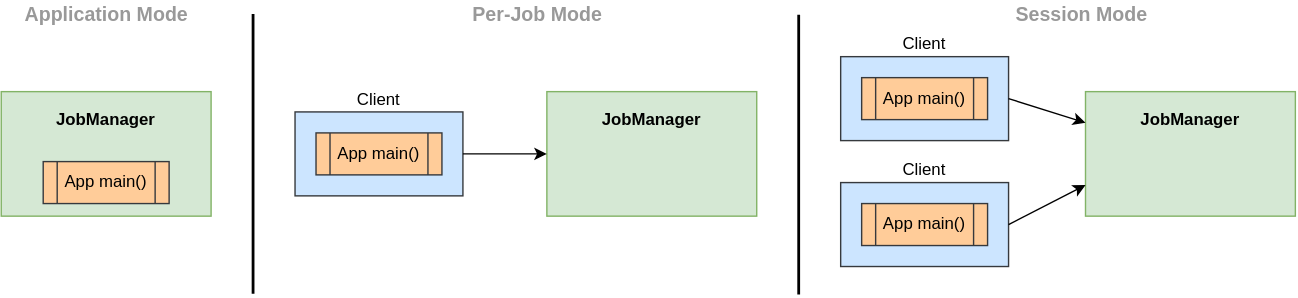
jtLiBrain/jtLiBrain.github.io keeps this draw.io diagram as images/flink/deployment_modes.svg. Above is the earlier version. Source tidied: cells renumbered, new cells last; positions are measured from the earlier drawing's top-left corner, leaving out a move shared by most shapes.
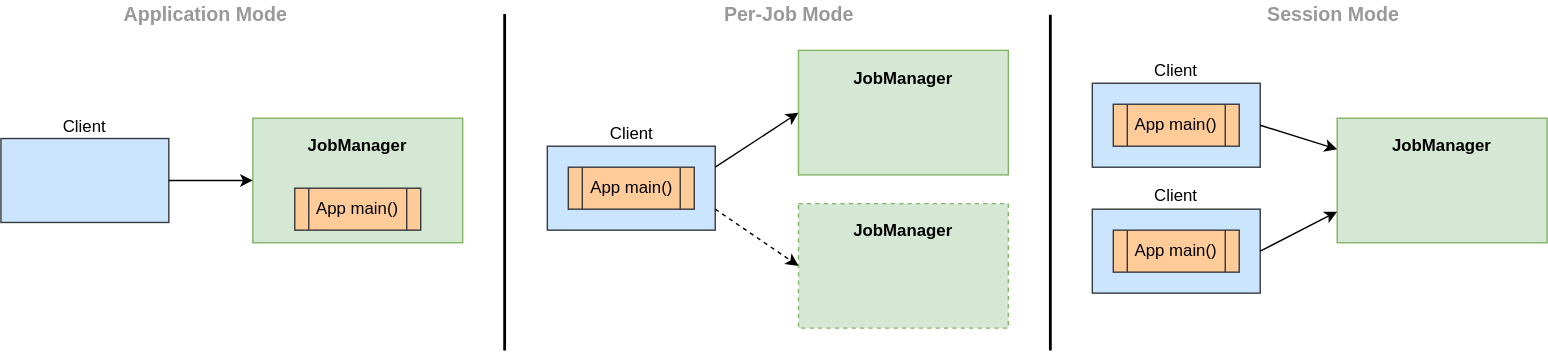
The same diagram one commit later.

Diff of the diagram source:
```diff
@@ -1,9 +1,9 @@
-<mxGraphModel>
+<mxGraphModel background="#ffffff">
   <root>
     <mxCell id="0" />
     <mxCell id="1" parent="0" />
     <mxCell id="2" value="Client" style="rounded=0;whiteSpace=wrap;html=1;fillColor=#cce5ff;strokeColor=#36393d;labelPosition=center;verticalLabelPosition=top;align=center;verticalAlign=bottom;" parent="1" vertex="1">
-      <mxGeometry x="210" y="79.5" width="120" height="60" as="geometry" />
+      <mxGeometry x="210.5" y="85" width="120" height="60" as="geometry" />
     </mxCell>
     <mxCell id="3" style="rounded=0;whiteSpace=wrap;html=1;labelPosition=center;verticalLabelPosition=middle;align=center;verticalAlign=middle;fillColor=#d5e8d4;strokeColor=#82b366;" parent="1" vertex="1">
       <mxGeometry y="65" width="150" height="89" as="geometry" />
@@ -15,15 +15,15 @@
       <mxGeometry x="30" y="115" width="90" height="30" as="geometry" />
     </mxCell>
     <mxCell id="6" style="rounded=0;whiteSpace=wrap;html=1;labelPosition=center;verticalLabelPosition=middle;align=center;verticalAlign=middle;fillColor=#d5e8d4;strokeColor=#82b366;" parent="1" vertex="1">
-      <mxGeometry x="390" y="65" width="150" height="89" as="geometry" />
+      <mxGeometry x="390" y="16.5" width="150" height="89" as="geometry" />
     </mxCell>
     <mxCell id="7" value="&lt;b&gt;JobManager&lt;/b&gt;" style="text;html=1;strokeColor=none;fillColor=none;align=center;verticalAlign=middle;whiteSpace=wrap;rounded=0;" parent="1" vertex="1">
-      <mxGeometry x="425" y="75" width="80" height="20" as="geometry" />
+      <mxGeometry x="425" y="26.5" width="80" height="20" as="geometry" />
     </mxCell>
     <mxCell id="8" value="&lt;span&gt;App main()&lt;/span&gt;" style="shape=process;whiteSpace=wrap;html=1;backgroundOutline=1;fillColor=#ffcc99;strokeColor=#36393d;size=0.1111111111111111;" parent="1" vertex="1">
-      <mxGeometry x="225" y="94.5" width="90" height="30" as="geometry" />
+      <mxGeometry x="225.5" y="100" width="90" height="30" as="geometry" />
     </mxCell>
-    <mxCell id="9" style="endArrow=classic;html=1;entryX=0;entryY=0.5;entryDx=0;entryDy=0;exitX=1;exitY=0.5;exitDx=0;exitDy=0;" parent="1" edge="1" source="2" target="6">
+    <mxCell id="9" style="endArrow=classic;html=1;entryX=0;entryY=0.5;entryDx=0;entryDy=0;exitX=1;exitY=0.25;exitDx=0;exitDy=0;" parent="1" edge="1" source="2" target="6">
       <mxGeometry relative="1" as="geometry" />
     </mxCell>
     <mxCell id="10" value="Client" style="rounded=0;whiteSpace=wrap;html=1;fillColor=#cce5ff;strokeColor=#36393d;labelPosition=center;verticalLabelPosition=top;align=center;verticalAlign=bottom;" parent="1" vertex="1">
@@ -52,24 +52,39 @@
     </mxCell>
     <mxCell id="18" style="endArrow=none;html=1;strokeWidth=2;verticalAlign=bottom;" parent="1" edge="1">
       <mxGeometry relative="1" as="geometry">
-        <mxPoint x="570" y="210" as="sourcePoint" />
-        <mxPoint x="570" y="10" as="targetPoint" />
+        <mxPoint x="570" y="231" as="sourcePoint" />
+        <mxPoint x="570" y="-9" as="targetPoint" />
       </mxGeometry>
     </mxCell>
     <mxCell id="19" style="endArrow=none;html=1;strokeWidth=2;verticalAlign=bottom;" parent="1" edge="1">
       <mxGeometry relative="1" as="geometry">
-        <mxPoint x="180" y="209.5" as="sourcePoint" />
-        <mxPoint x="180" y="9.5" as="targetPoint" />
+        <mxPoint x="180" y="231" as="sourcePoint" />
+        <mxPoint x="180" y="-9.5" as="targetPoint" />
       </mxGeometry>
     </mxCell>
     <mxCell id="20" value="Application Mode" style="text;html=1;strokeColor=none;fillColor=none;align=center;verticalAlign=middle;whiteSpace=wrap;rounded=0;fontStyle=1;fontColor=#999999;fontSize=14;" parent="1" vertex="1">
-      <mxGeometry x="11.5" width="127" height="20" as="geometry" />
+      <mxGeometry x="-97" y="-19" width="127" height="20" as="geometry" />
     </mxCell>
     <mxCell id="21" value="Per-Job Mode" style="text;html=1;strokeColor=none;fillColor=none;align=center;verticalAlign=middle;whiteSpace=wrap;rounded=0;fontStyle=1;fontColor=#999999;fontSize=14;" parent="1" vertex="1">
-      <mxGeometry x="330.5" width="105" height="20" as="geometry" />
+      <mxGeometry x="330.5" y="-19" width="105" height="20" as="geometry" />
     </mxCell>
     <mxCell id="22" value="Session Mode" style="text;html=1;strokeColor=none;fillColor=none;align=center;verticalAlign=middle;whiteSpace=wrap;rounded=0;fontStyle=1;fontColor=#999999;fontSize=14;" parent="1" vertex="1">
-      <mxGeometry x="720" width="105" height="20" as="geometry" />
+      <mxGeometry x="720" y="-19" width="105" height="20" as="geometry" />
     </mxCell>
+    <mxCell id="23" style="rounded=0;whiteSpace=wrap;html=1;labelPosition=center;verticalLabelPosition=middle;align=center;verticalAlign=middle;fillColor=#d5e8d4;strokeColor=#82b366;dashed=1;" parent="1" vertex="1">
+      <mxGeometry x="390" y="126" width="150" height="89" as="geometry" />
+    </mxCell>
+    <mxCell id="24" value="&lt;b&gt;JobManager&lt;/b&gt;" style="text;html=1;strokeColor=none;fillColor=none;align=center;verticalAlign=middle;whiteSpace=wrap;rounded=0;" parent="1" vertex="1">
+      <mxGeometry x="425" y="136" width="80" height="20" as="geometry" />
+    </mxCell>
+    <mxCell id="25" style="endArrow=classic;html=1;entryX=0;entryY=0.5;entryDx=0;entryDy=0;exitX=1;exitY=0.75;exitDx=0;exitDy=0;dashed=1;" parent="1" edge="1" source="2" target="23">
+      <mxGeometry relative="1" as="geometry" />
+    </mxCell>
+    <mxCell id="26" value="Client" style="rounded=0;whiteSpace=wrap;html=1;fillColor=#cce5ff;strokeColor=#36393d;labelPosition=center;verticalLabelPosition=top;align=center;verticalAlign=bottom;" parent="1" vertex="1">
+      <mxGeometry x="-180" y="79.5" width="120" height="60" as="geometry" />
+    </mxCell>
+    <mxCell id="27" style="endArrow=classic;html=1;entryX=0;entryY=0.5;entryDx=0;entryDy=0;exitX=1;exitY=0.5;exitDx=0;exitDy=0;" parent="1" edge="1" source="26" target="3">
+      <mxGeometry relative="1" as="geometry" />
+    </mxCell>
   </root>
 </mxGraphModel>
```
